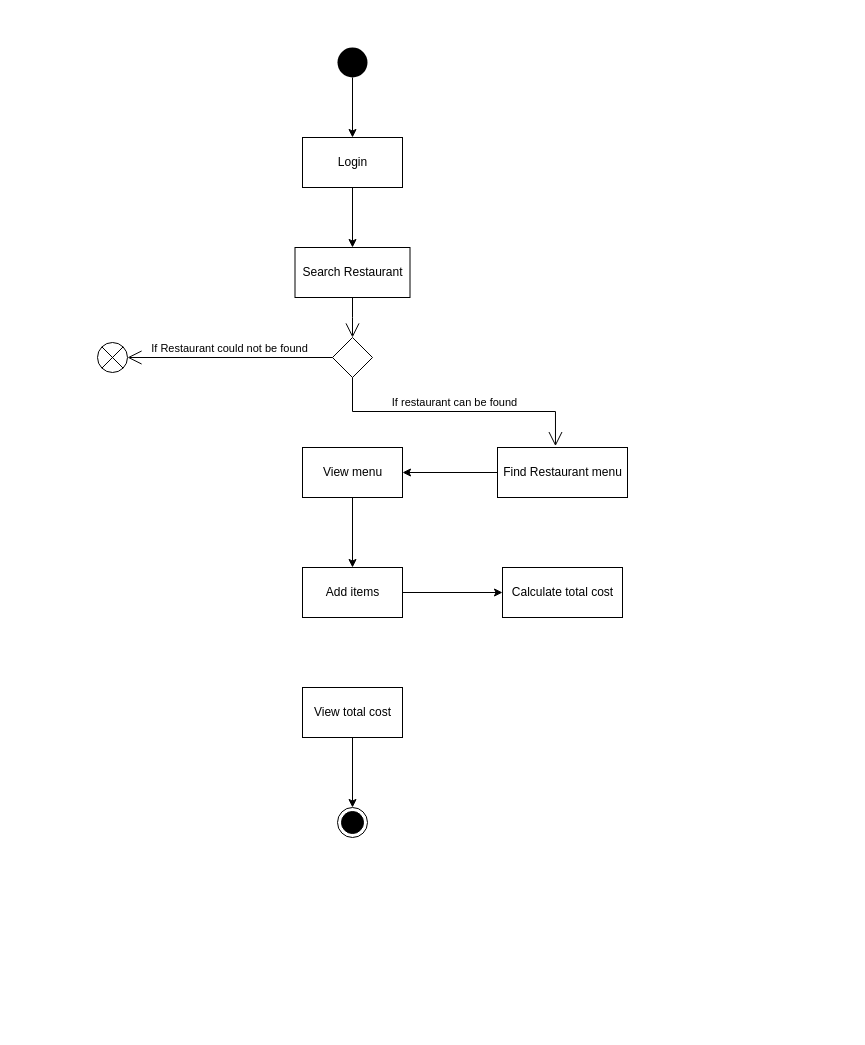
Above: ActivityDiagram.drawio in upgrad-edu/Courses (draw.io), before the change. Source tidied: cells renumbered, new cells numbered last; positions are measured from the earlier drawing's top-left corner, leaving out a move shared by most shapes. Both pictures are drawn from the tidied source at 100%, with x=0, y=0 at pixel (97, 47).
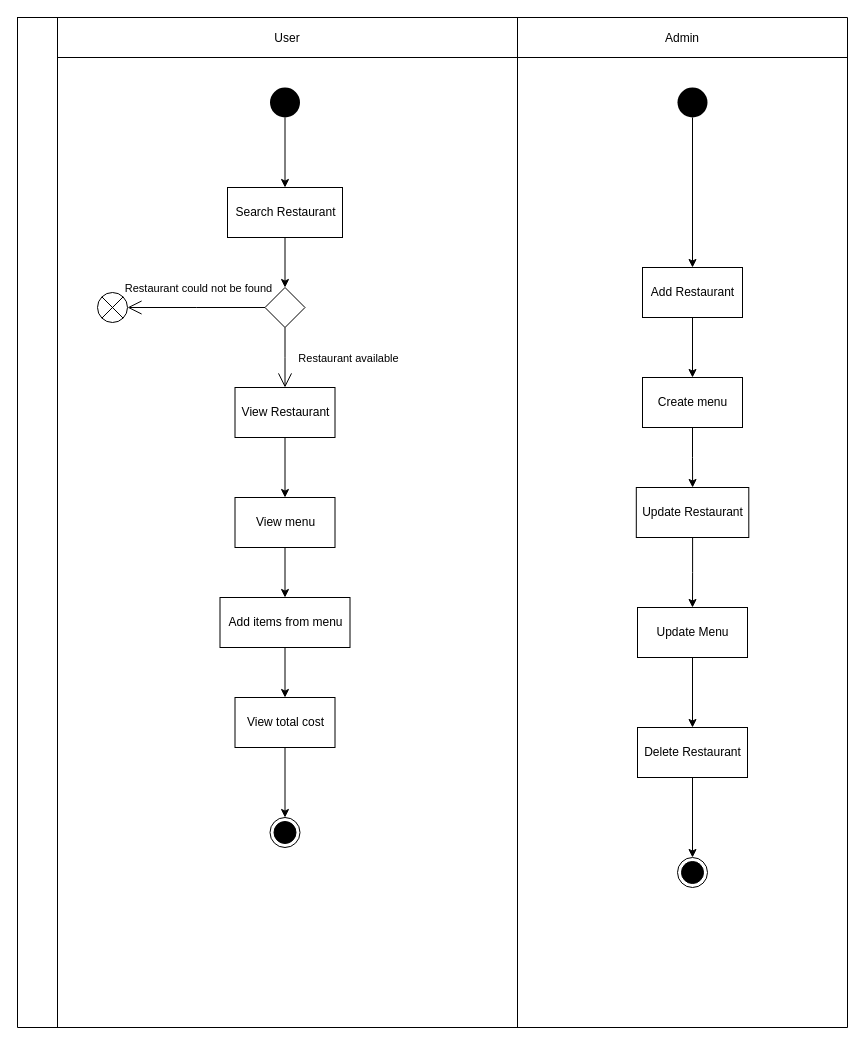
The same page after the edit.

The edit, as a diff of the source:
```diff
@@
+    <mxCell id="22" style="shape=table;childLayout=tableLayout;startSize=0;fillColor=none;" parent="1" vertex="1">
+      <mxGeometry x="-80" y="-30" width="830" height="1010" as="geometry" />
+    </mxCell>
+    <mxCell id="23" style="shape=tableRow;horizontal=0;swimlaneHead=0;swimlaneBody=0;top=0;left=0;bottom=0;right=0;fontStyle=0;fillColor=none;startSize=40;" parent="22" vertex="1">
+      <mxGeometry width="830" height="1010" as="geometry" />
+    </mxCell>
+    <mxCell id="24" value="User" style="swimlane;swimlaneHead=0;swimlaneBody=0;fontStyle=0;fillColor=none;startSize=40;" parent="23" vertex="1">
+      <mxGeometry x="40" width="460" height="1010" as="geometry" />
+    </mxCell>
+    <mxCell id="3" style="ellipse;fillColor=#000000;strokeColor=none;" parent="24" vertex="1">
+      <mxGeometry x="212.5" y="70" width="30" height="30" as="geometry" />
+    </mxCell>
+    <mxCell id="25" style="edgeStyle=orthogonalEdgeStyle;rounded=0;jettySize=auto;html=1;" parent="24" edge="1" source="6" target="26">
+      <mxGeometry relative="1" as="geometry" />
+    </mxCell>
+    <mxCell id="6" value="Search Restaurant" style="html=1;dashed=0;whitespace=wrap;" parent="24" vertex="1">
+      <mxGeometry x="170" y="170" width="115" height="50" as="geometry" />
+    </mxCell>
-    <mxCell id="2" style="edgeStyle=orthogonalEdgeStyle;rounded=0;jettySize=auto;html=1;" parent="1" edge="1" source="3" target="5">
+    <mxCell id="2" style="edgeStyle=orthogonalEdgeStyle;rounded=0;jettySize=auto;html=1;entryX=0.5;entryY=0;entryDx=0;entryDy=0;" parent="24" edge="1" source="3" target="6">
       <mxGeometry relative="1" as="geometry" />
     </mxCell>
-    <mxCell id="3" style="ellipse;fillColor=#000000;strokeColor=none;" parent="1" vertex="1">
-      <mxGeometry x="240" width="30" height="30" as="geometry" />
-    </mxCell>
-    <mxCell id="4" style="edgeStyle=orthogonalEdgeStyle;rounded=0;jettySize=auto;html=1;" parent="1" edge="1" source="5" target="6">
-      <mxGeometry relative="1" as="geometry" />
-    </mxCell>
-    <mxCell id="5" value="Login" style="html=1;dashed=0;whitespace=wrap;" parent="1" vertex="1">
-      <mxGeometry x="205" y="90" width="100" height="50" as="geometry" />
-    </mxCell>
-    <mxCell id="6" value="Search Restaurant" style="html=1;dashed=0;whitespace=wrap;" parent="1" vertex="1">
-      <mxGeometry x="197.5" y="200" width="115" height="50" as="geometry" />
-    </mxCell>
-    <mxCell id="7" style="edgeStyle=orthogonalEdgeStyle;rounded=0;jettySize=auto;html=1;" parent="1" edge="1" source="8" target="11">
-      <mxGeometry relative="1" as="geometry" />
-    </mxCell>
+    <mxCell id="26" style="shape=rhombus;html=1;verticalLabelPosition=bottom;verticalAlignment=top;" parent="24" vertex="1">
+      <mxGeometry x="207.5" y="270" width="40" height="40" as="geometry" />
+    </mxCell>
+    <mxCell id="27" value="Restaurant available" style="edgeStyle=elbowEdgeStyle;html=1;elbow=vertical;verticalAlign=bottom;endArrow=open;rounded=0;labelBackgroundColor=none;endSize=12;entryX=0.5;entryY=0;entryDx=0;entryDy=0;" parent="24" edge="1" source="26" target="31">
+      <mxGeometry x="0.33" y="63" relative="1" as="geometry" />
+    </mxCell>
+    <mxCell id="28" value="Restaurant could not be found" style="edgeStyle=elbowEdgeStyle;html=1;elbow=vertical;verticalAlign=bottom;endArrow=open;rounded=0;labelBackgroundColor=none;endSize=12;entryX=1;entryY=0.5;entryDx=0;entryDy=0;" parent="24" edge="1" source="26" target="29">
+      <mxGeometry x="-0.02" y="-10" relative="1" as="geometry" />
+    </mxCell>
+    <mxCell id="29" style="shape=sumEllipse;perimeter=ellipsePerimeter;whiteSpace=wrap;html=1;backgroundOutline=1;" parent="24" vertex="1">
+      <mxGeometry x="40" y="275" width="30" height="30" as="geometry" />
+    </mxCell>
+    <mxCell id="30" style="edgeStyle=orthogonalEdgeStyle;rounded=0;jettySize=auto;html=1;" parent="24" edge="1" source="31" target="8">
+      <mxGeometry relative="1" as="geometry" />
+    </mxCell>
+    <mxCell id="31" value="View Restaurant" style="html=1;dashed=0;whitespace=wrap;" parent="24" vertex="1">
+      <mxGeometry x="177.5" y="370" width="100" height="50" as="geometry" />
+    </mxCell>
+    <mxCell id="32" style="edgeStyle=orthogonalEdgeStyle;rounded=0;jettySize=auto;html=1;" parent="24" edge="1" source="8" target="34">
+      <mxGeometry relative="1" as="geometry" />
+    </mxCell>
-    <mxCell id="8" value="View menu" style="html=1;dashed=0;whitespace=wrap;" parent="1" vertex="1">
-      <mxGeometry x="205" y="400" width="100" height="50" as="geometry" />
+    <mxCell id="8" value="View menu" style="html=1;dashed=0;whitespace=wrap;" parent="24" vertex="1">
+      <mxGeometry x="177.5" y="480" width="100" height="50" as="geometry" />
     </mxCell>
-    <mxCell id="9" style="shape=sumEllipse;perimeter=ellipsePerimeter;whiteSpace=wrap;html=1;backgroundOutline=1;" parent="1" vertex="1">
-      <mxGeometry y="295" width="30" height="30" as="geometry" />
-    </mxCell>
-    <mxCell id="10" style="edgeStyle=orthogonalEdgeStyle;rounded=0;jettySize=auto;html=1;" parent="1" edge="1" source="11" target="12">
-      <mxGeometry relative="1" as="geometry" />
-    </mxCell>
-    <mxCell id="11" value="Add items" style="html=1;dashed=0;whitespace=wrap;" parent="1" vertex="1">
-      <mxGeometry x="205" y="520" width="100" height="50" as="geometry" />
-    </mxCell>
-    <mxCell id="12" value="Calculate total cost" style="html=1;dashed=0;whitespace=wrap;" parent="1" vertex="1">
-      <mxGeometry x="405" y="520" width="120" height="50" as="geometry" />
-    </mxCell>
+    <mxCell id="33" style="edgeStyle=orthogonalEdgeStyle;rounded=0;jettySize=auto;html=1;" parent="24" edge="1" source="34" target="14">
+      <mxGeometry relative="1" as="geometry" />
+    </mxCell>
+    <mxCell id="34" value="Add items from menu" style="html=1;dashed=0;whitespace=wrap;" parent="24" vertex="1">
+      <mxGeometry x="162.5" y="580" width="130" height="50" as="geometry" />
+    </mxCell>
-    <mxCell id="13" style="edgeStyle=orthogonalEdgeStyle;rounded=0;jettySize=auto;html=1;" parent="1" edge="1" source="14" target="15">
+    <mxCell id="13" style="edgeStyle=orthogonalEdgeStyle;rounded=0;jettySize=auto;html=1;" parent="24" edge="1" source="14" target="15">
       <mxGeometry relative="1" as="geometry" />
     </mxCell>
-    <mxCell id="14" value="View total cost" style="html=1;dashed=0;whitespace=wrap;" parent="1" vertex="1">
-      <mxGeometry x="205" y="640" width="100" height="50" as="geometry" />
+    <mxCell id="14" value="View total cost" style="html=1;dashed=0;whitespace=wrap;" parent="24" vertex="1">
+      <mxGeometry x="177.5" y="680" width="100" height="50" as="geometry" />
     </mxCell>
-    <mxCell id="15" style="ellipse;html=1;shape=endState;fillColor=#000000;strokeColor=#000000;" parent="1" vertex="1">
-      <mxGeometry x="240" y="760" width="30" height="30" as="geometry" />
+    <mxCell id="15" style="ellipse;html=1;shape=endState;fillColor=#000000;strokeColor=#000000;" parent="24" vertex="1">
+      <mxGeometry x="212.5" y="800" width="30" height="30" as="geometry" />
     </mxCell>
-    <mxCell id="16" style="edgeStyle=orthogonalEdgeStyle;rounded=0;jettySize=auto;html=1;" parent="1" edge="1" source="17" target="8">
-      <mxGeometry relative="1" as="geometry" />
-    </mxCell>
-    <mxCell id="17" value="Find Restaurant menu" style="html=1;dashed=0;whitespace=wrap;" parent="1" vertex="1">
-      <mxGeometry x="400" y="400" width="130" height="50" as="geometry" />
-    </mxCell>
-    <mxCell id="18" style="shape=rhombus;html=1;verticalLabelPosition=bottom;verticalAlignment=top;" parent="1" vertex="1">
-      <mxGeometry x="235" y="290" width="40" height="40" as="geometry" />
-    </mxCell>
-    <mxCell id="19" style="edgeStyle=elbowEdgeStyle;html=1;elbow=horizontal;align=right;verticalAlign=bottom;endArrow=none;rounded=0;labelBackgroundColor=none;startArrow=open;startSize=12;" parent="1" edge="1" source="18">
-      <mxGeometry relative="1" as="geometry">
-        <mxPoint x="255" y="250" as="targetPoint" />
-      </mxGeometry>
-    </mxCell>
-    <mxCell id="20" value="If restaurant can be found" style="edgeStyle=elbowEdgeStyle;html=1;elbow=vertical;verticalAlign=bottom;endArrow=open;rounded=0;labelBackgroundColor=none;endSize=12;entryX=0.446;entryY=-0.027;entryDx=0;entryDy=0;entryPerimeter=0;" parent="1" edge="1" source="18" target="17">
-      <mxGeometry relative="1" as="geometry" />
-    </mxCell>
-    <mxCell id="21" value="If Restaurant could not be found" style="edgeStyle=elbowEdgeStyle;html=1;elbow=vertical;verticalAlign=bottom;endArrow=open;rounded=0;labelBackgroundColor=none;endSize=12;entryX=1;entryY=0.5;entryDx=0;entryDy=0;" parent="1" edge="1" source="18" target="9">
-      <mxGeometry relative="1" as="geometry" />
-    </mxCell>
+    <mxCell id="35" value="Admin" style="swimlane;swimlaneHead=0;swimlaneBody=0;fontStyle=0;fillColor=none;startSize=40;" parent="23" vertex="1">
+      <mxGeometry x="500" width="330" height="1010" as="geometry" />
+    </mxCell>
+    <mxCell id="36" style="edgeStyle=orthogonalEdgeStyle;rounded=0;jettySize=auto;html=1;" parent="35" edge="1" source="37" target="47">
+      <mxGeometry relative="1" as="geometry" />
+    </mxCell>
+    <mxCell id="37" value="Add Restaurant" style="html=1;dashed=0;whitespace=wrap;" parent="35" vertex="1">
+      <mxGeometry x="125" y="250" width="100" height="50" as="geometry" />
+    </mxCell>
+    <mxCell id="38" style="edgeStyle=orthogonalEdgeStyle;rounded=0;jettySize=auto;html=1;" parent="35" edge="1" source="39" target="43">
+      <mxGeometry relative="1" as="geometry" />
+    </mxCell>
+    <mxCell id="39" value="Update Restaurant" style="html=1;dashed=0;whitespace=wrap;" parent="35" vertex="1">
+      <mxGeometry x="118.8" y="470" width="112.5" height="50" as="geometry" />
+    </mxCell>
+    <mxCell id="40" style="edgeStyle=orthogonalEdgeStyle;rounded=0;jettySize=auto;html=1;" parent="35" edge="1" source="41" target="48">
+      <mxGeometry relative="1" as="geometry" />
+    </mxCell>
+    <mxCell id="41" value="Delete Restaurant" style="html=1;dashed=0;whitespace=wrap;" parent="35" vertex="1">
+      <mxGeometry x="120" y="710" width="110" height="50" as="geometry" />
+    </mxCell>
+    <mxCell id="42" style="edgeStyle=orthogonalEdgeStyle;rounded=0;jettySize=auto;html=1;" parent="35" edge="1" source="43" target="41">
+      <mxGeometry relative="1" as="geometry" />
+    </mxCell>
+    <mxCell id="43" value="Update Menu" style="html=1;dashed=0;whitespace=wrap;" parent="35" vertex="1">
+      <mxGeometry x="120" y="590" width="110" height="50" as="geometry" />
+    </mxCell>
+    <mxCell id="44" style="edgeStyle=orthogonalEdgeStyle;rounded=0;jettySize=auto;html=1;entryX=0.5;entryY=0;entryDx=0;entryDy=0;" parent="35" edge="1" source="45" target="37">
+      <mxGeometry relative="1" as="geometry" />
+    </mxCell>
+    <mxCell id="45" style="ellipse;fillColor=#000000;strokeColor=none;" parent="35" vertex="1">
+      <mxGeometry x="160" y="70" width="30" height="30" as="geometry" />
+    </mxCell>
+    <mxCell id="46" style="edgeStyle=orthogonalEdgeStyle;rounded=0;jettySize=auto;html=1;" parent="35" edge="1" source="47" target="39">
+      <mxGeometry relative="1" as="geometry" />
+    </mxCell>
+    <mxCell id="47" value="Create menu" style="html=1;dashed=0;whitespace=wrap;" parent="35" vertex="1">
+      <mxGeometry x="125" y="360" width="100" height="50" as="geometry" />
+    </mxCell>
+    <mxCell id="48" style="ellipse;html=1;shape=endState;fillColor=#000000;strokeColor=#000000;" parent="35" vertex="1">
+      <mxGeometry x="160" y="840" width="30" height="30" as="geometry" />
+    </mxCell>
```
